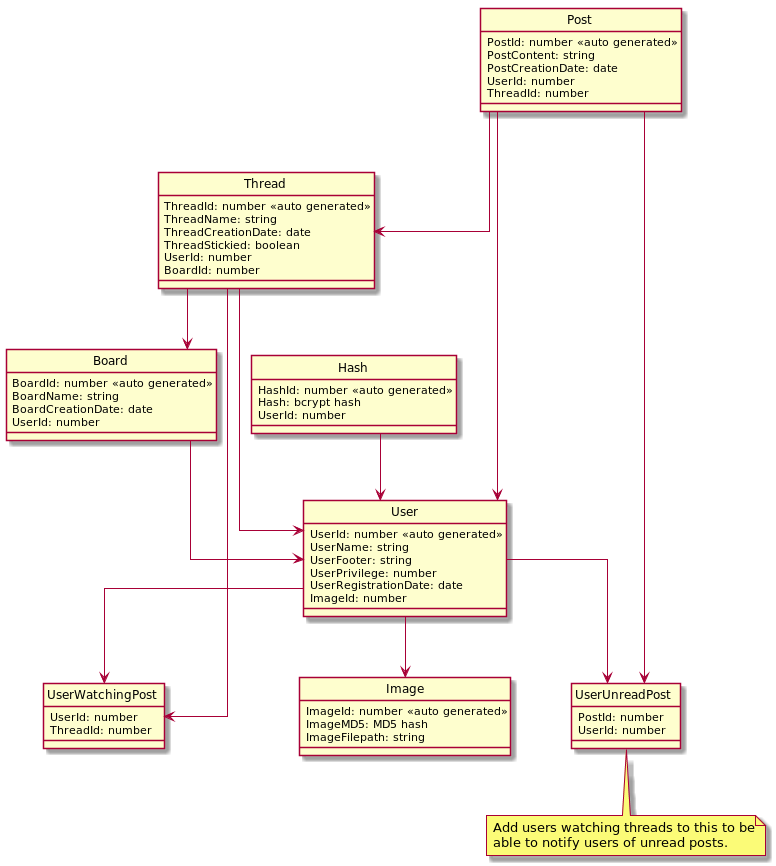
depsterr/slutprojektWSP21 keeps this PlantUML diagram as docs/misc/img/db.png. Above is the earlier version.
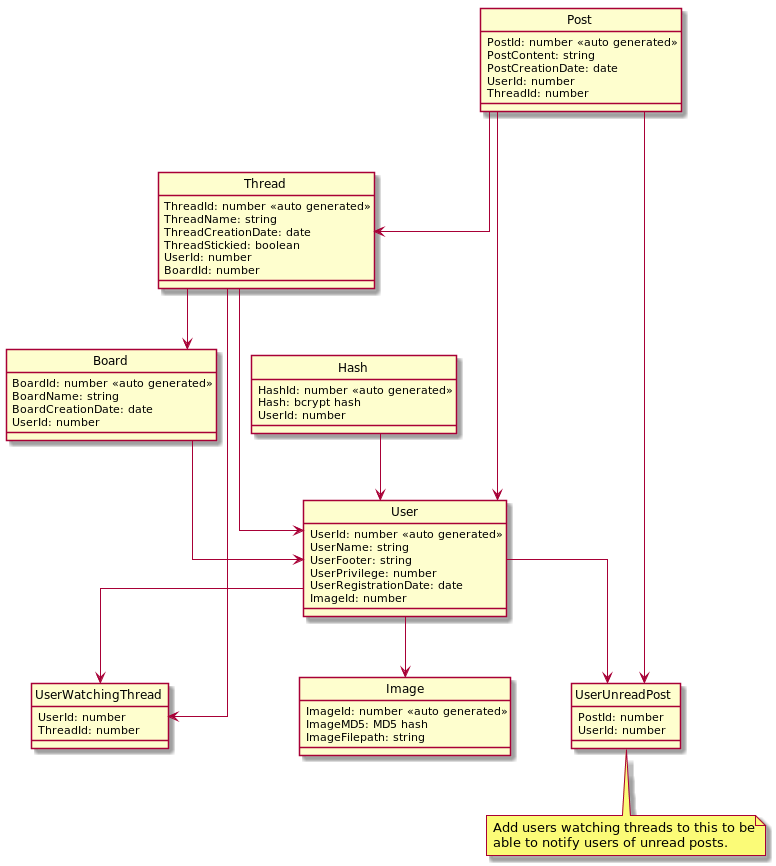
The same file after the commit.

Commit message:
updated database diagram to correct misstype

What changed in the source:
```diff
@@ -60,7 +60,7 @@
 post --> user
 post --> thread
 
-entity "UserWatchingPost" as userwatchingthread {
+entity "UserWatchingThread" as userwatchingthread {
 	UserId: number
 	ThreadId: number
 }
```
